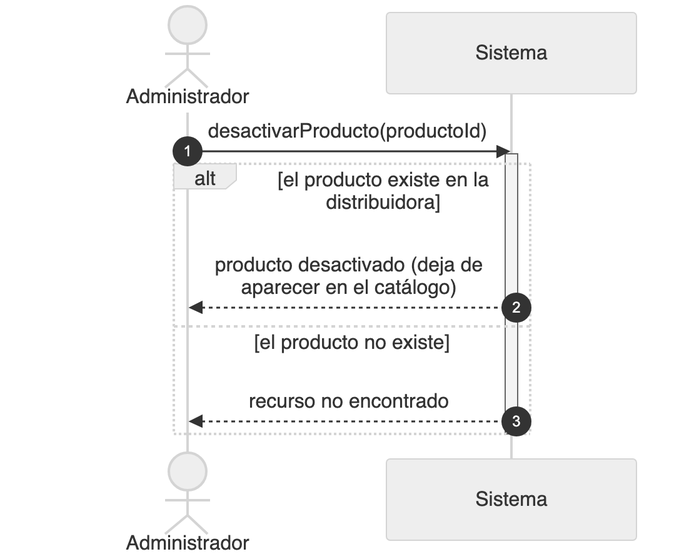
Before: diagramas/png/DSS_CU-040_Activar-Desactivar-Producto.png, a diagram exported from Mermaid (Nahuelito-Dev/splg-docs). Its source is kept beside it as diagramas/DSS_CU-040_Activar-Desactivar-Producto.mmd.
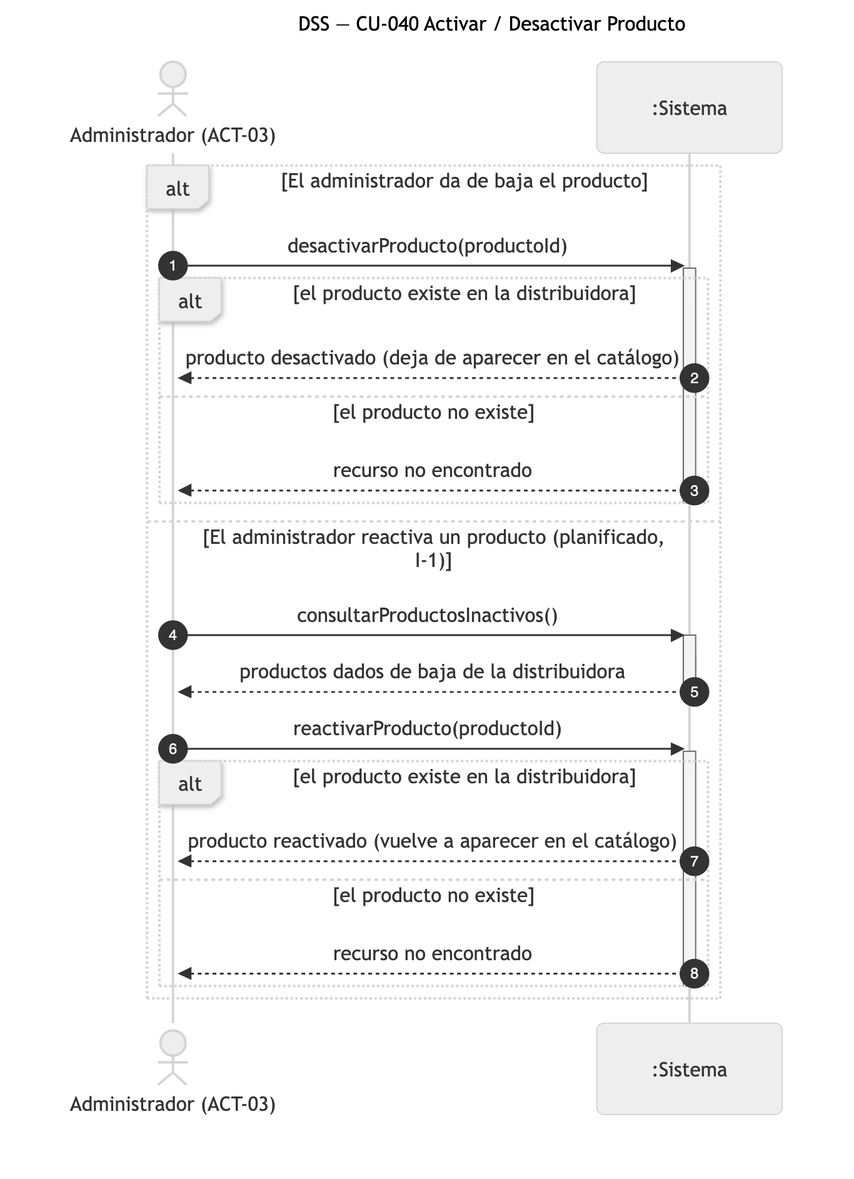
The same file after the commit.

Diff of the diagram source:
```diff
@@ -1,14 +1,29 @@
 sequenceDiagram
-    title DSS — CU-040 Activar Desactivar Producto
+    title DSS — CU-040 Activar / Desactivar Producto
     autonumber
-    actor ADM as Administrador
-    participant SIS as Sistema
+    actor ADM as Administrador (ACT-03)
+    participant SIS as :Sistema
 
-    ADM->>SIS: desactivarProducto(productoId)
-    activate SIS
-    alt el producto existe en la distribuidora
-        SIS-->>ADM: producto desactivado (deja de aparecer en el catálogo)
-    else el producto no existe
-        SIS-->>ADM: recurso no encontrado
+    alt El administrador da de baja el producto
+        ADM->>SIS: desactivarProducto(productoId)
+        activate SIS
+        alt el producto existe en la distribuidora
+            SIS-->>ADM: producto desactivado (deja de aparecer en el catálogo)
+        else el producto no existe
+            SIS-->>ADM: recurso no encontrado
+        end
+        deactivate SIS
+    else El administrador reactiva un producto (planificado, I-1)
+        ADM->>SIS: consultarProductosInactivos()
+        activate SIS
+        SIS-->>ADM: productos dados de baja de la distribuidora
+        deactivate SIS
+        ADM->>SIS: reactivarProducto(productoId)
+        activate SIS
+        alt el producto existe en la distribuidora
+            SIS-->>ADM: producto reactivado (vuelve a aparecer en el catálogo)
+        else el producto no existe
+            SIS-->>ADM: recurso no encontrado
+        end
+        deactivate SIS
     end
-    deactivate SIS
```
